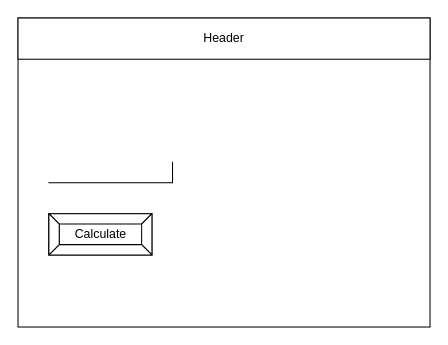
The draw.io diagram design/story-board.drawio in Timothy-Manwell/ICS2O-Unit5-03, before the edit. Source tidied: cells renumbered, new cells numbered last; positions are measured from the earlier drawing's top-left corner, leaving out a move shared by most shapes. Both pictures are drawn from the tidied source at 103%, with x=0, y=0 at pixel (18, 18).
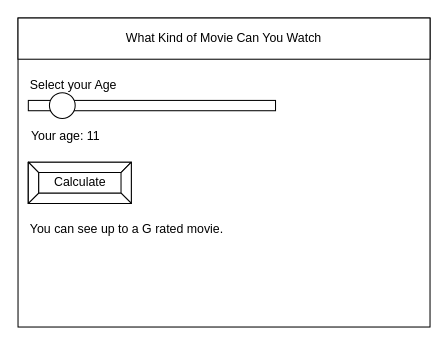
After the change.

Change to the diagram source:
```diff
@@
 <mxGraphModel>
   <root>
     <mxCell id="0" />
     <mxCell id="1" parent="0" />
     <mxCell id="2" style="rounded=0;whiteSpace=wrap;html=1;" parent="1" vertex="1">
       <mxGeometry width="400" height="300" as="geometry" />
     </mxCell>
-    <mxCell id="3" value="Header" style="rounded=0;whiteSpace=wrap;html=1;" parent="1" vertex="1">
+    <mxCell id="3" value="What Kind of Movie Can You Watch" style="rounded=0;whiteSpace=wrap;html=1;" parent="1" vertex="1">
       <mxGeometry width="400" height="40" as="geometry" />
     </mxCell>
-    <mxCell id="4" style="shape=partialRectangle;whiteSpace=wrap;html=1;top=0;left=0;fillColor=none;" parent="1" vertex="1">
-      <mxGeometry x="30" y="140" width="120" height="20" as="geometry" />
-    </mxCell>
     <mxCell id="5" value="Calculate" style="labelPosition=center;verticalLabelPosition=middle;align=center;html=1;shape=mxgraph.basic.button;dx=10;" parent="1" vertex="1">
-      <mxGeometry x="30" y="190" width="100" height="40" as="geometry" />
+      <mxGeometry x="10" y="140" width="100" height="40" as="geometry" />
     </mxCell>
+    <mxCell id="6" value="Select your Age" style="text;html=1;strokeColor=none;fillColor=none;align=left;verticalAlign=middle;whiteSpace=wrap;rounded=0;" parent="1" vertex="1">
+      <mxGeometry x="10" y="50" width="210" height="30" as="geometry" />
+    </mxCell>
+    <mxCell id="7" style="rounded=0;whiteSpace=wrap;html=1;fillColor=#FFFFFF;" parent="1" vertex="1">
+      <mxGeometry x="10" y="80" width="240" height="10" as="geometry" />
+    </mxCell>
+    <mxCell id="8" value="Your age: 11" style="text;html=1;strokeColor=none;fillColor=none;align=left;verticalAlign=middle;whiteSpace=wrap;rounded=0;" parent="1" vertex="1">
+      <mxGeometry x="11" y="100" width="110" height="30" as="geometry" />
+    </mxCell>
+    <mxCell id="9" value="You can see up to a G rated movie." style="text;html=1;strokeColor=none;fillColor=none;align=left;verticalAlign=middle;whiteSpace=wrap;rounded=0;" parent="1" vertex="1">
+      <mxGeometry x="10" y="190" width="280" height="30" as="geometry" />
+    </mxCell>
+    <mxCell id="10" style="ellipse;whiteSpace=wrap;html=1;fillColor=#FFFFFF;" parent="1" vertex="1">
+      <mxGeometry x="30.5" y="72.5" width="25" height="25" as="geometry" />
+    </mxCell>
   </root>
 </mxGraphModel>
```
